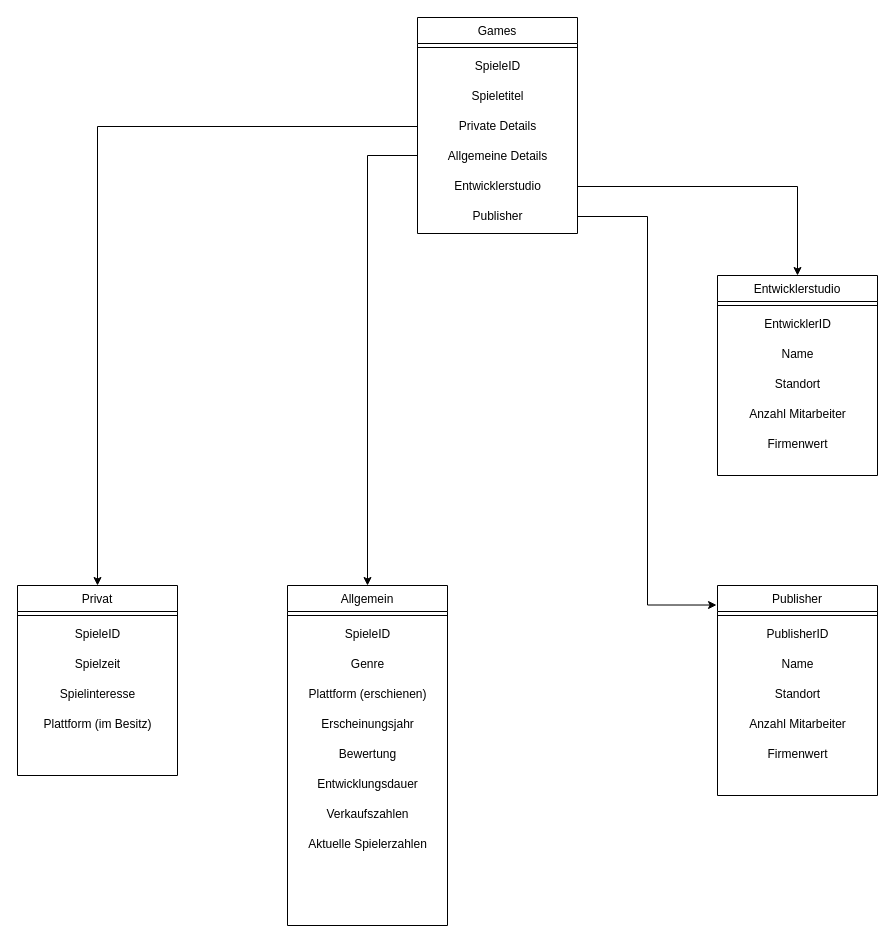
Marc-Wa/Games-Datenbank keeps this draw.io diagram as src/DatenbankModell.drawio. Above is the earlier version. Source tidied: cells renumbered, new cells numbered last; positions are measured from the earlier drawing's top-left corner, leaving out a move shared by most shapes. Both pictures are drawn from the tidied source at 100%, with x=0, y=0 at pixel (17, 17).
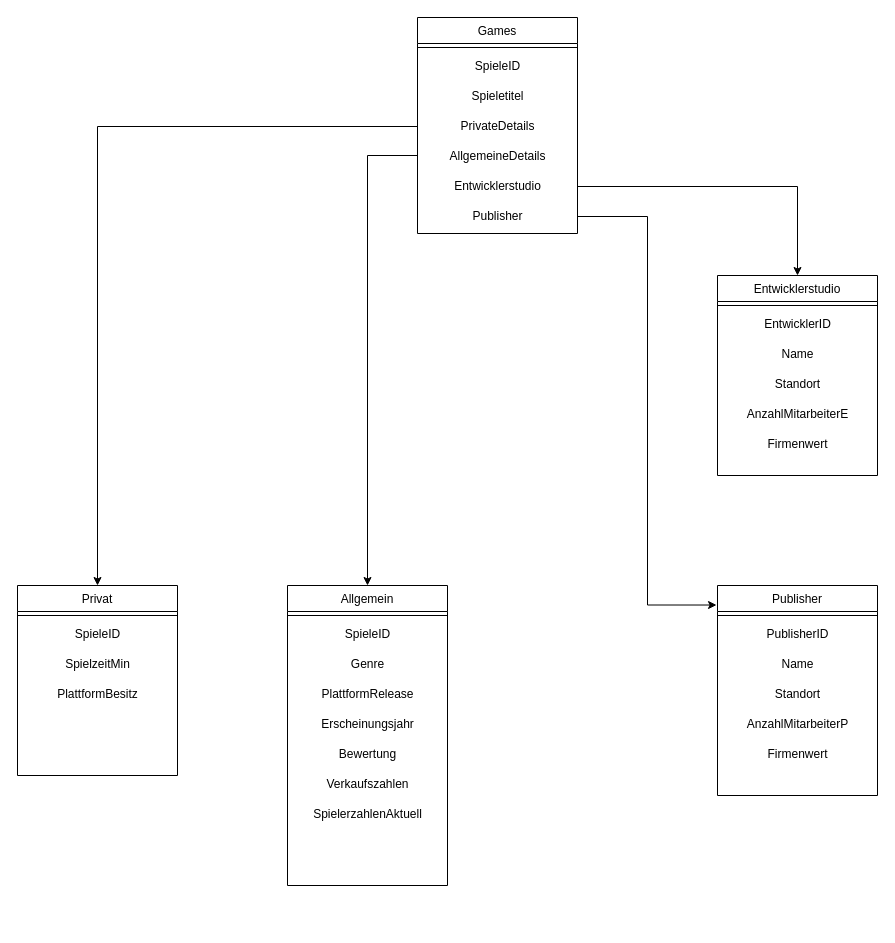
After the change.

Unchanged cells that the change refers to:
```xml
<mxCell id="2" value="Entwicklerstudio" style="swimlane;fontStyle=0;align=center;verticalAlign=top;horizontal=1;startSize=26;rounded=0;shadow=0;strokeWidth=1;" parent="1" vertex="1">
  <mxGeometry x="700" y="258" width="160" height="200" as="geometry" />
</mxCell>
<mxCell id="9" value="Publisher" style="swimlane;fontStyle=0;align=center;verticalAlign=top;horizontal=1;startSize=26;rounded=0;shadow=0;strokeWidth=1;" parent="1" vertex="1">
  <mxGeometry x="700" y="568" width="160" height="210" as="geometry" />
</mxCell>
<mxCell id="16" value="Games" style="swimlane;fontStyle=0;align=center;verticalAlign=top;horizontal=1;startSize=26;rounded=0;shadow=0;strokeWidth=1;" parent="1" vertex="1">
  <mxGeometry x="400" width="160" height="216" as="geometry" />
</mxCell>
<mxCell id="24" value="Privat" style="swimlane;fontStyle=0;align=center;verticalAlign=top;horizontal=1;startSize=26;rounded=0;shadow=0;strokeWidth=1;" parent="1" vertex="1">
  <mxGeometry y="568" width="160" height="190" as="geometry" />
</mxCell>
```

Diff of the diagram source:
```diff
@@
-    <mxCell id="7" value="Anzahl Mitarbeiter" style="text;html=1;align=center;verticalAlign=middle;strokeColor=none;fillColor=none;" parent="2" vertex="1">
+    <mxCell id="7" value="AnzahlMitarbeiterE" style="text;html=1;align=center;verticalAlign=middle;strokeColor=none;fillColor=none;" parent="2" vertex="1">
       <mxGeometry y="124" width="160" height="30" as="geometry" />
     </mxCell>
@@
-    <mxCell id="14" value="Anzahl Mitarbeiter" style="text;html=1;align=center;verticalAlign=middle;strokeColor=none;fillColor=none;" parent="9" vertex="1">
+    <mxCell id="14" value="AnzahlMitarbeiterP" style="text;html=1;align=center;verticalAlign=middle;strokeColor=none;fillColor=none;" parent="9" vertex="1">
       <mxGeometry y="124" width="160" height="30" as="geometry" />
     </mxCell>
@@
-    <mxCell id="20" value="Private Details" style="text;html=1;align=center;verticalAlign=middle;points=[];strokeColor=none;fillColor=none;" parent="16" vertex="1">
+    <mxCell id="20" value="PrivateDetails" style="text;html=1;align=center;verticalAlign=middle;points=[];strokeColor=none;fillColor=none;" parent="16" vertex="1">
       <mxGeometry y="94" width="160" height="30" as="geometry" />
     </mxCell>
-    <mxCell id="21" value="Allgemeine Details" style="text;html=1;align=center;verticalAlign=middle;points=[];strokeColor=none;fillColor=none;" parent="16" vertex="1">
+    <mxCell id="21" value="AllgemeineDetails" style="text;html=1;align=center;verticalAlign=middle;points=[];strokeColor=none;fillColor=none;" parent="16" vertex="1">
       <mxGeometry y="124" width="160" height="30" as="geometry" />
     </mxCell>
@@
-    <mxCell id="27" value="Spielzeit" style="text;html=1;align=center;verticalAlign=middle;strokeColor=none;fillColor=none;" parent="24" vertex="1">
+    <mxCell id="27" value="SpielzeitMin" style="text;html=1;align=center;verticalAlign=middle;strokeColor=none;fillColor=none;" parent="24" vertex="1">
       <mxGeometry y="64" width="160" height="30" as="geometry" />
     </mxCell>
-    <mxCell id="28" value="Spielinteresse" style="text;html=1;align=center;verticalAlign=middle;strokeColor=none;fillColor=none;" parent="24" vertex="1">
-      <mxGeometry y="94" width="160" height="30" as="geometry" />
-    </mxCell>
-    <mxCell id="29" value="Plattform (im Besitz)" style="text;html=1;align=center;verticalAlign=middle;strokeColor=none;fillColor=none;" parent="24" vertex="1">
-      <mxGeometry y="124" width="160" height="30" as="geometry" />
+    <mxCell id="29" value="PlattformBesitz" style="text;html=1;align=center;verticalAlign=middle;strokeColor=none;fillColor=none;" parent="24" vertex="1">
+      <mxGeometry y="94" width="160" height="30" as="geometry" />
     </mxCell>
     <mxCell id="30" value="Allgemein" style="swimlane;fontStyle=0;align=center;verticalAlign=top;horizontal=1;startSize=26;rounded=0;shadow=0;strokeWidth=1;" parent="1" vertex="1">
-      <mxGeometry x="270" y="568" width="160" height="340" as="geometry" />
+      <mxGeometry x="270" y="568" width="160" height="300" as="geometry" />
     </mxCell>
@@
-    <mxCell id="34" value="Plattform (erschienen)" style="text;html=1;align=center;verticalAlign=middle;strokeColor=none;fillColor=none;" parent="30" vertex="1">
+    <mxCell id="34" value="PlattformRelease" style="text;html=1;align=center;verticalAlign=middle;strokeColor=none;fillColor=none;" parent="30" vertex="1">
       <mxGeometry y="94" width="160" height="30" as="geometry" />
     </mxCell>
@@
-    <mxCell id="37" value="Entwicklungsdauer" style="text;html=1;align=center;verticalAlign=middle;strokeColor=none;fillColor=none;" parent="30" vertex="1">
-      <mxGeometry y="184" width="160" height="30" as="geometry" />
-    </mxCell>
     <mxCell id="38" value="Verkaufszahlen" style="text;html=1;align=center;verticalAlign=middle;strokeColor=none;fillColor=none;" parent="30" vertex="1">
-      <mxGeometry y="214" width="160" height="30" as="geometry" />
+      <mxGeometry y="184" width="160" height="30" as="geometry" />
     </mxCell>
-    <mxCell id="39" value="Aktuelle Spielerzahlen" style="text;html=1;align=center;verticalAlign=middle;strokeColor=none;fillColor=none;" parent="30" vertex="1">
-      <mxGeometry y="244" width="160" height="30" as="geometry" />
+    <mxCell id="39" value="SpielerzahlenAktuell" style="text;html=1;align=center;verticalAlign=middle;strokeColor=none;fillColor=none;" parent="30" vertex="1">
+      <mxGeometry y="214" width="160" height="30" as="geometry" />
     </mxCell>
```
